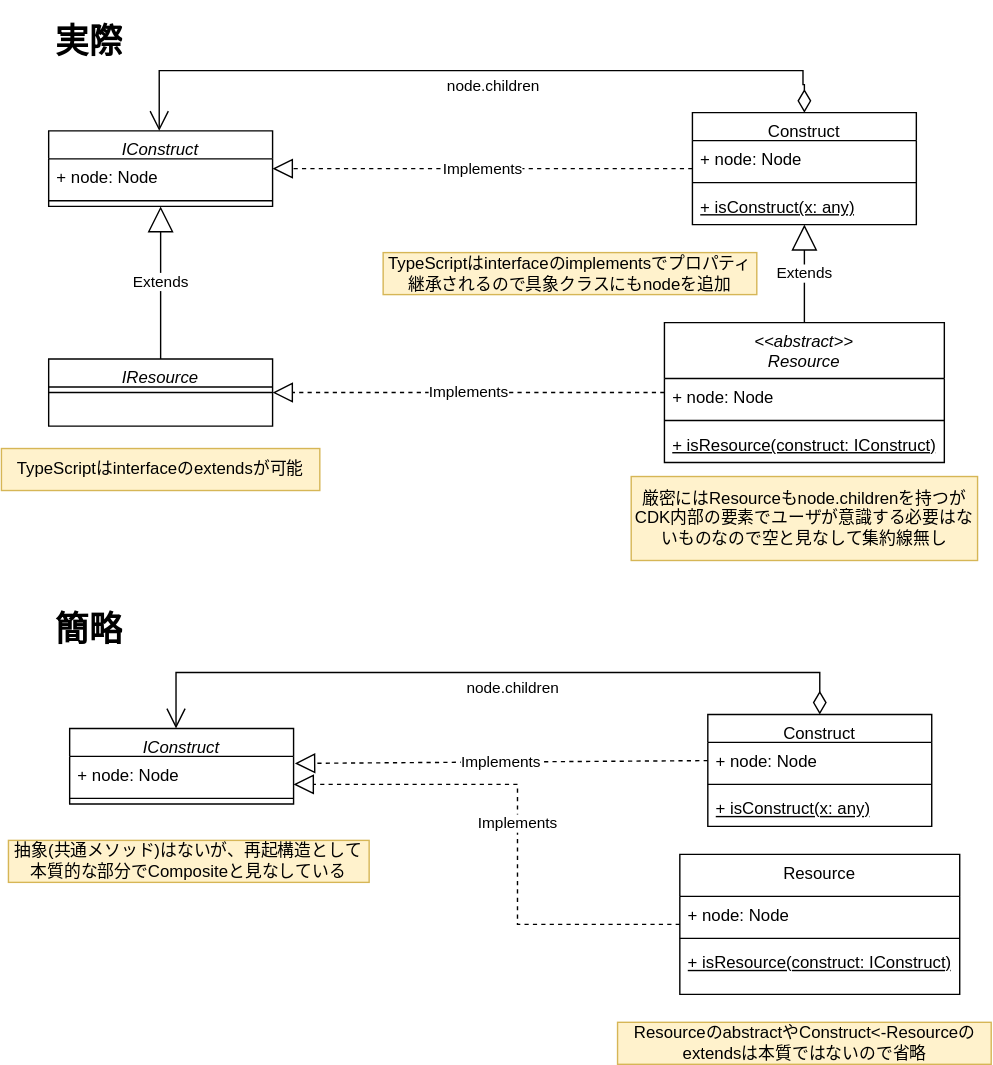
Earlier version of the draw.io export drawio/composite/composite_concrete.drawio.svg (go-to-k/cdk-gof-design-pattern). Source tidied: cells renumbered, new cells last; positions are measured from the earlier drawing's top-left corner, leaving out a move shared by most shapes.
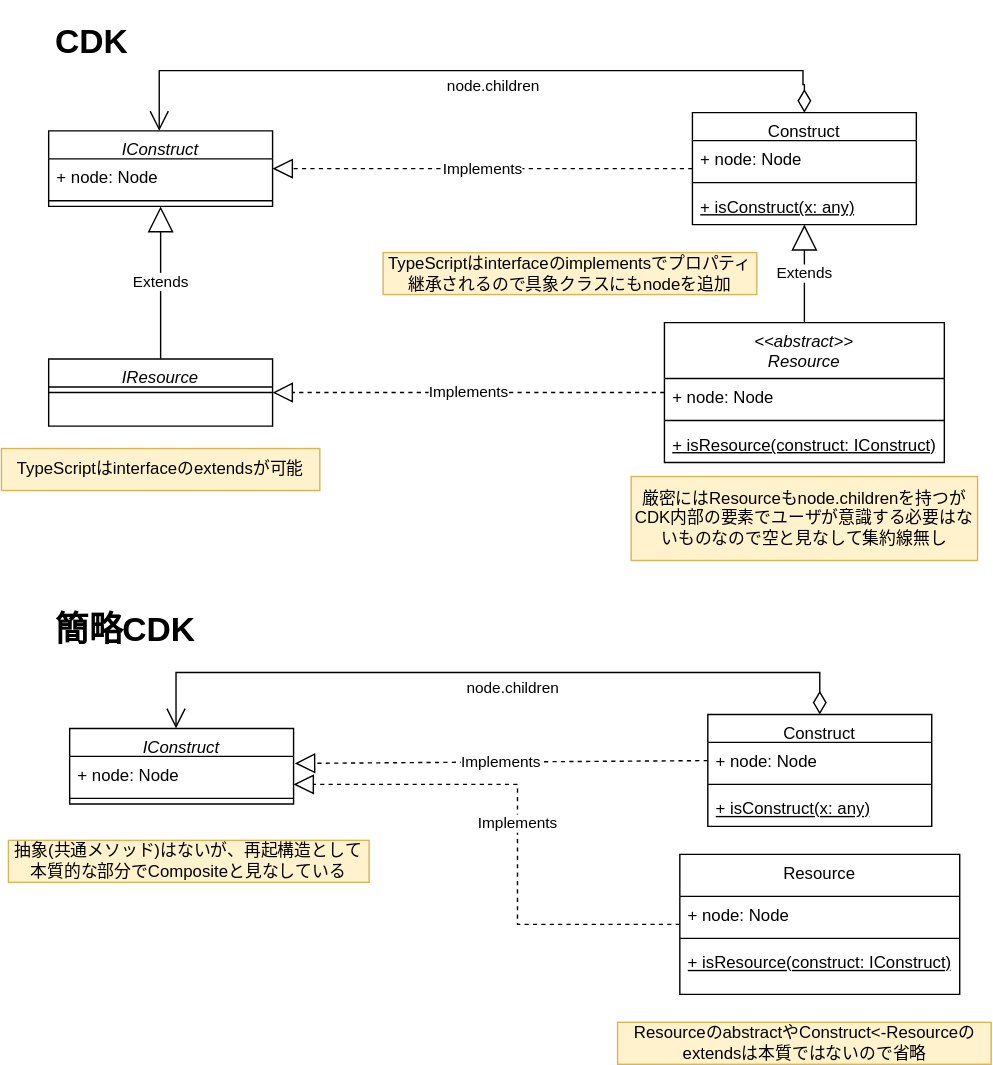
Above is the later version.

Change to the diagram source:
```diff
@@ -53,11 +53,11 @@
     <mxCell id="18" value="Extends" style="endArrow=block;endSize=16;endFill=0;html=1;rounded=0;entryX=0.5;entryY=1;entryDx=0;entryDy=0;exitX=0.5;exitY=0;exitDx=0;exitDy=0;" parent="1" edge="1" source="10" target="12">
       <mxGeometry relative="1" as="geometry" />
     </mxCell>
-    <mxCell id="19" value="&lt;h1&gt;実際&lt;/h1&gt;" style="text;html=1;strokeColor=none;fillColor=none;spacing=5;spacingTop=-20;whiteSpace=wrap;overflow=hidden;rounded=0;" parent="1" vertex="1">
+    <mxCell id="19" value="&lt;h1&gt;CDK&lt;/h1&gt;" style="text;html=1;strokeColor=none;fillColor=none;spacing=5;spacingTop=-20;whiteSpace=wrap;overflow=hidden;rounded=0;" parent="1" vertex="1">
       <mxGeometry x="34" width="60" height="40" as="geometry" />
     </mxCell>
-    <mxCell id="20" value="&lt;h1&gt;簡略&lt;/h1&gt;" style="text;html=1;strokeColor=none;fillColor=none;spacing=5;spacingTop=-20;whiteSpace=wrap;overflow=hidden;rounded=0;" parent="1" vertex="1">
-      <mxGeometry x="34" y="420" width="60" height="40" as="geometry" />
+    <mxCell id="20" value="&lt;h1&gt;簡略CDK&lt;/h1&gt;" style="text;html=1;strokeColor=none;fillColor=none;spacing=5;spacingTop=-20;whiteSpace=wrap;overflow=hidden;rounded=0;" parent="1" vertex="1">
+      <mxGeometry x="34" y="420" width="109" height="40" as="geometry" />
     </mxCell>
     <mxCell id="21" value="Resource" style="swimlane;fontStyle=0;align=center;verticalAlign=top;horizontal=1;startSize=30;rounded=0;shadow=0;strokeWidth=1;" parent="1" vertex="1">
       <mxGeometry x="485" y="600" width="200" height="100" as="geometry" />
```
